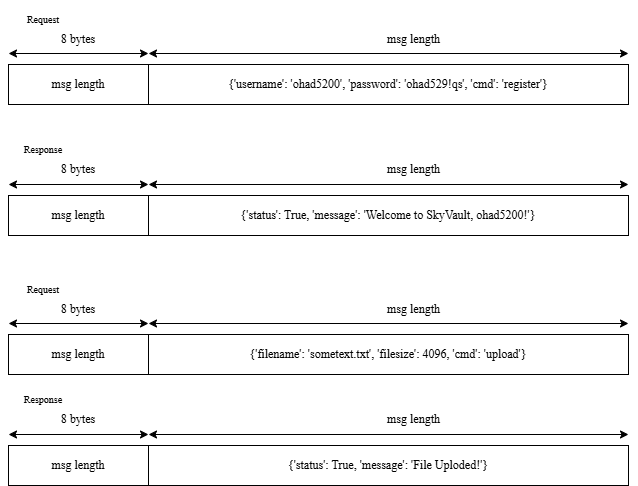
ohadbekhor0705/Project keeps this draw.io diagram as Drawing/protocol.png. Above is the earlier version. Source tidied: cells renumbered, new cells last; positions are measured from the earlier drawing's top-left corner, leaving out a move shared by most shapes. The source it was exported from:
```xml
<mxGraphModel>
  <root>
    <mxCell id="0" />
    <mxCell id="1" parent="0" />
    <mxCell id="2" value="&lt;font&gt;{'username': 'ohad5200', 'password': 'ohad529!qs', 'cmd': 'register'}&lt;/font&gt;" style="rounded=0;whiteSpace=wrap;html=1;fontSize=12;fontFamily=Times New Roman;labelBorderColor=none;" parent="1" vertex="1">
      <mxGeometry x="140" y="60" width="480" height="40" as="geometry" />
    </mxCell>
    <mxCell id="3" value="&lt;font&gt;msg length&lt;/font&gt;" style="rounded=0;whiteSpace=wrap;html=1;fontSize=12;fontFamily=Times New Roman;" parent="1" vertex="1">
      <mxGeometry y="60" width="140" height="40" as="geometry" />
    </mxCell>
    <mxCell id="4" style="endArrow=classic;startArrow=classic;html=1;" parent="1" edge="1">
      <mxGeometry relative="1" as="geometry">
        <mxPoint y="49" as="sourcePoint" />
        <mxPoint x="140" y="49" as="targetPoint" />
      </mxGeometry>
    </mxCell>
    <mxCell id="5" style="endArrow=classic;startArrow=classic;html=1;" parent="1" edge="1">
      <mxGeometry relative="1" as="geometry">
        <mxPoint x="140" y="49" as="sourcePoint" />
        <mxPoint x="620" y="49" as="targetPoint" />
      </mxGeometry>
    </mxCell>
    <mxCell id="6" value="&lt;font face=&quot;Times New Roman&quot;&gt;8 bytes&lt;/font&gt;" style="text;html=1;align=center;verticalAlign=middle;whiteSpace=wrap;rounded=0;fontSize=12;" parent="1" vertex="1">
      <mxGeometry x="40" y="20" width="60" height="30" as="geometry" />
    </mxCell>
    <mxCell id="7" value="&lt;font face=&quot;Times New Roman&quot;&gt;msg length&lt;/font&gt;" style="text;html=1;align=center;verticalAlign=middle;whiteSpace=wrap;rounded=0;fontSize=12;" parent="1" vertex="1">
      <mxGeometry x="363" y="20" width="85" height="30" as="geometry" />
    </mxCell>
    <mxCell id="8" value="&lt;font&gt;{'status': True, 'message': 'Welcome to SkyVault, ohad5200!'}&lt;/font&gt;" style="rounded=0;whiteSpace=wrap;html=1;fontSize=12;fontFamily=Times New Roman;labelBorderColor=none;" parent="1" vertex="1">
      <mxGeometry x="140" y="191" width="480" height="40" as="geometry" />
    </mxCell>
    <mxCell id="9" value="&lt;font&gt;msg length&lt;/font&gt;" style="rounded=0;whiteSpace=wrap;html=1;fontSize=12;fontFamily=Times New Roman;" parent="1" vertex="1">
      <mxGeometry y="191" width="140" height="40" as="geometry" />
    </mxCell>
    <mxCell id="10" style="endArrow=classic;startArrow=classic;html=1;" parent="1" edge="1">
      <mxGeometry relative="1" as="geometry">
        <mxPoint y="180" as="sourcePoint" />
        <mxPoint x="140" y="180" as="targetPoint" />
      </mxGeometry>
    </mxCell>
    <mxCell id="11" style="endArrow=classic;startArrow=classic;html=1;" parent="1" edge="1">
      <mxGeometry relative="1" as="geometry">
        <mxPoint x="140" y="180" as="sourcePoint" />
        <mxPoint x="620" y="180" as="targetPoint" />
      </mxGeometry>
    </mxCell>
    <mxCell id="12" value="&lt;font face=&quot;Times New Roman&quot;&gt;8 bytes&lt;/font&gt;" style="text;html=1;align=center;verticalAlign=middle;whiteSpace=wrap;rounded=0;fontSize=12;" parent="1" vertex="1">
      <mxGeometry x="40" y="150" width="60" height="30" as="geometry" />
    </mxCell>
    <mxCell id="13" value="&lt;font face=&quot;Times New Roman&quot;&gt;msg length&lt;/font&gt;" style="text;html=1;align=center;verticalAlign=middle;whiteSpace=wrap;rounded=0;fontSize=12;" parent="1" vertex="1">
      <mxGeometry x="363" y="150" width="85" height="30" as="geometry" />
    </mxCell>
    <mxCell id="14" value="&lt;p&gt;&lt;font size=&quot;1&quot;&gt;Request&lt;/font&gt;&lt;/p&gt;" style="text;html=1;align=center;verticalAlign=middle;whiteSpace=wrap;rounded=0;fontFamily=Times New Roman;" parent="1" vertex="1">
      <mxGeometry width="70" height="30" as="geometry" />
    </mxCell>
    <mxCell id="15" value="&lt;p&gt;&lt;font size=&quot;1&quot;&gt;Response&lt;/font&gt;&lt;/p&gt;" style="text;html=1;align=center;verticalAlign=middle;whiteSpace=wrap;rounded=0;fontFamily=Times New Roman;" parent="1" vertex="1">
      <mxGeometry y="130" width="70" height="30" as="geometry" />
    </mxCell>
    <mxCell id="16" value="&lt;font&gt;{'filename': 'sometext.txt', 'filesize': 4096, 'cmd': 'upload'}&lt;/font&gt;" style="rounded=0;whiteSpace=wrap;html=1;fontSize=12;fontFamily=Times New Roman;labelBorderColor=none;" parent="1" vertex="1">
      <mxGeometry x="140" y="330" width="480" height="40" as="geometry" />
    </mxCell>
    <mxCell id="17" value="&lt;font&gt;msg length&lt;/font&gt;" style="rounded=0;whiteSpace=wrap;html=1;fontSize=12;fontFamily=Times New Roman;" parent="1" vertex="1">
      <mxGeometry y="330" width="140" height="40" as="geometry" />
    </mxCell>
    <mxCell id="18" style="endArrow=classic;startArrow=classic;html=1;" parent="1" edge="1">
      <mxGeometry relative="1" as="geometry">
        <mxPoint y="319" as="sourcePoint" />
        <mxPoint x="140" y="319" as="targetPoint" />
      </mxGeometry>
    </mxCell>
    <mxCell id="19" style="endArrow=classic;startArrow=classic;html=1;" parent="1" edge="1">
      <mxGeometry relative="1" as="geometry">
        <mxPoint x="140" y="319" as="sourcePoint" />
        <mxPoint x="620" y="319" as="targetPoint" />
      </mxGeometry>
    </mxCell>
    <mxCell id="20" value="&lt;font face=&quot;Times New Roman&quot;&gt;8 bytes&lt;/font&gt;" style="text;html=1;align=center;verticalAlign=middle;whiteSpace=wrap;rounded=0;fontSize=12;" parent="1" vertex="1">
      <mxGeometry x="40" y="290" width="60" height="30" as="geometry" />
    </mxCell>
    <mxCell id="21" value="&lt;font face=&quot;Times New Roman&quot;&gt;msg length&lt;/font&gt;" style="text;html=1;align=center;verticalAlign=middle;whiteSpace=wrap;rounded=0;fontSize=12;" parent="1" vertex="1">
      <mxGeometry x="363" y="290" width="85" height="30" as="geometry" />
    </mxCell>
    <mxCell id="22" value="&lt;font&gt;{'status': True, 'message': 'File Uploded!'}&lt;/font&gt;" style="rounded=0;whiteSpace=wrap;html=1;fontSize=12;fontFamily=Times New Roman;labelBorderColor=none;" parent="1" vertex="1">
      <mxGeometry x="140" y="441" width="480" height="40" as="geometry" />
    </mxCell>
    <mxCell id="23" value="&lt;font&gt;msg length&lt;/font&gt;" style="rounded=0;whiteSpace=wrap;html=1;fontSize=12;fontFamily=Times New Roman;" parent="1" vertex="1">
      <mxGeometry y="441" width="140" height="40" as="geometry" />
    </mxCell>
    <mxCell id="24" style="endArrow=classic;startArrow=classic;html=1;" parent="1" edge="1">
      <mxGeometry relative="1" as="geometry">
        <mxPoint y="430" as="sourcePoint" />
        <mxPoint x="140" y="430" as="targetPoint" />
      </mxGeometry>
    </mxCell>
    <mxCell id="25" style="endArrow=classic;startArrow=classic;html=1;" parent="1" edge="1">
      <mxGeometry relative="1" as="geometry">
        <mxPoint x="140" y="430" as="sourcePoint" />
        <mxPoint x="620" y="430" as="targetPoint" />
      </mxGeometry>
    </mxCell>
    <mxCell id="26" value="&lt;font face=&quot;Times New Roman&quot;&gt;8 bytes&lt;/font&gt;" style="text;html=1;align=center;verticalAlign=middle;whiteSpace=wrap;rounded=0;fontSize=12;" parent="1" vertex="1">
      <mxGeometry x="40" y="400" width="60" height="30" as="geometry" />
    </mxCell>
    <mxCell id="27" value="&lt;font face=&quot;Times New Roman&quot;&gt;msg length&lt;/font&gt;" style="text;html=1;align=center;verticalAlign=middle;whiteSpace=wrap;rounded=0;fontSize=12;" parent="1" vertex="1">
      <mxGeometry x="363" y="400" width="85" height="30" as="geometry" />
    </mxCell>
    <mxCell id="28" value="&lt;p&gt;&lt;font size=&quot;1&quot;&gt;Request&lt;/font&gt;&lt;/p&gt;" style="text;html=1;align=center;verticalAlign=middle;whiteSpace=wrap;rounded=0;fontFamily=Times New Roman;" parent="1" vertex="1">
      <mxGeometry y="270" width="70" height="30" as="geometry" />
    </mxCell>
    <mxCell id="29" value="&lt;p&gt;&lt;font size=&quot;1&quot;&gt;Response&lt;/font&gt;&lt;/p&gt;" style="text;html=1;align=center;verticalAlign=middle;whiteSpace=wrap;rounded=0;fontFamily=Times New Roman;" parent="1" vertex="1">
      <mxGeometry y="380" width="70" height="30" as="geometry" />
    </mxCell>
  </root>
</mxGraphModel>
```
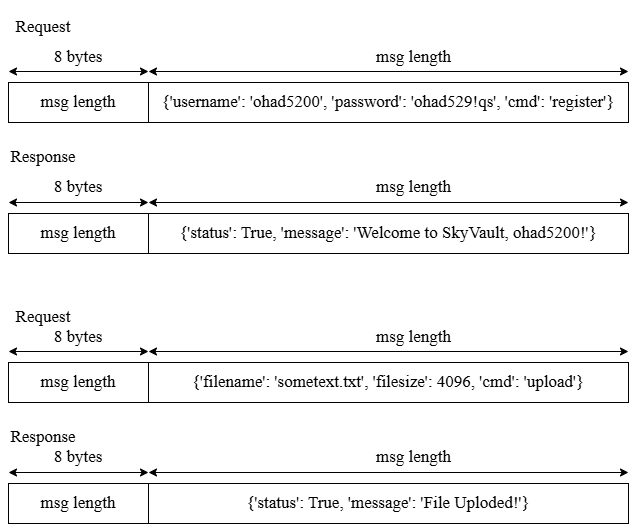
The same diagram one commit later.

The edit, as a diff of the source:
```diff
@@ -2,113 +2,113 @@
   <root>
     <mxCell id="0" />
     <mxCell id="1" parent="0" />
-    <mxCell id="2" value="&lt;font&gt;{'username': 'ohad5200', 'password': 'ohad529!qs', 'cmd': 'register'}&lt;/font&gt;" style="rounded=0;whiteSpace=wrap;html=1;fontSize=12;fontFamily=Times New Roman;labelBorderColor=none;" parent="1" vertex="1">
-      <mxGeometry x="140" y="60" width="480" height="40" as="geometry" />
+    <mxCell id="2" value="&lt;font&gt;{'username': 'ohad5200', 'password': 'ohad529!qs', 'cmd': 'register'}&lt;/font&gt;" style="rounded=0;whiteSpace=wrap;html=1;fontSize=17;fontFamily=Times New Roman;labelBorderColor=none;" parent="1" vertex="1">
+      <mxGeometry x="140" width="480" height="40" as="geometry" />
     </mxCell>
-    <mxCell id="3" value="&lt;font&gt;msg length&lt;/font&gt;" style="rounded=0;whiteSpace=wrap;html=1;fontSize=12;fontFamily=Times New Roman;" parent="1" vertex="1">
-      <mxGeometry y="60" width="140" height="40" as="geometry" />
+    <mxCell id="3" value="&lt;font&gt;msg length&lt;/font&gt;" style="rounded=0;whiteSpace=wrap;html=1;fontSize=17;fontFamily=Times New Roman;" parent="1" vertex="1">
+      <mxGeometry width="140" height="40" as="geometry" />
     </mxCell>
-    <mxCell id="4" style="endArrow=classic;startArrow=classic;html=1;" parent="1" edge="1">
+    <mxCell id="4" style="endArrow=classic;startArrow=classic;html=1;fontSize=17;" parent="1" edge="1">
       <mxGeometry relative="1" as="geometry">
-        <mxPoint y="49" as="sourcePoint" />
-        <mxPoint x="140" y="49" as="targetPoint" />
+        <mxPoint y="-11" as="sourcePoint" />
+        <mxPoint x="140" y="-11" as="targetPoint" />
       </mxGeometry>
     </mxCell>
-    <mxCell id="5" style="endArrow=classic;startArrow=classic;html=1;" parent="1" edge="1">
+    <mxCell id="5" style="endArrow=classic;startArrow=classic;html=1;fontSize=17;" parent="1" edge="1">
       <mxGeometry relative="1" as="geometry">
-        <mxPoint x="140" y="49" as="sourcePoint" />
-        <mxPoint x="620" y="49" as="targetPoint" />
+        <mxPoint x="140" y="-11" as="sourcePoint" />
+        <mxPoint x="620" y="-11" as="targetPoint" />
       </mxGeometry>
     </mxCell>
-    <mxCell id="6" value="&lt;font face=&quot;Times New Roman&quot;&gt;8 bytes&lt;/font&gt;" style="text;html=1;align=center;verticalAlign=middle;whiteSpace=wrap;rounded=0;fontSize=12;" parent="1" vertex="1">
-      <mxGeometry x="40" y="20" width="60" height="30" as="geometry" />
+    <mxCell id="6" value="&lt;font face=&quot;Times New Roman&quot;&gt;8 bytes&lt;/font&gt;" style="text;html=1;align=center;verticalAlign=middle;whiteSpace=wrap;rounded=0;fontSize=17;" parent="1" vertex="1">
+      <mxGeometry x="40" y="-40" width="60" height="30" as="geometry" />
     </mxCell>
-    <mxCell id="7" value="&lt;font face=&quot;Times New Roman&quot;&gt;msg length&lt;/font&gt;" style="text;html=1;align=center;verticalAlign=middle;whiteSpace=wrap;rounded=0;fontSize=12;" parent="1" vertex="1">
-      <mxGeometry x="363" y="20" width="85" height="30" as="geometry" />
+    <mxCell id="7" value="&lt;font face=&quot;Times New Roman&quot;&gt;msg length&lt;/font&gt;" style="text;html=1;align=center;verticalAlign=middle;whiteSpace=wrap;rounded=0;fontSize=17;" parent="1" vertex="1">
+      <mxGeometry x="363" y="-40" width="85" height="30" as="geometry" />
     </mxCell>
-    <mxCell id="8" value="&lt;font&gt;{'status': True, 'message': 'Welcome to SkyVault, ohad5200!'}&lt;/font&gt;" style="rounded=0;whiteSpace=wrap;html=1;fontSize=12;fontFamily=Times New Roman;labelBorderColor=none;" parent="1" vertex="1">
-      <mxGeometry x="140" y="191" width="480" height="40" as="geometry" />
+    <mxCell id="8" value="&lt;font&gt;{'status': True, 'message': 'Welcome to SkyVault, ohad5200!'}&lt;/font&gt;" style="rounded=0;whiteSpace=wrap;html=1;fontSize=17;fontFamily=Times New Roman;labelBorderColor=none;" parent="1" vertex="1">
+      <mxGeometry x="140" y="131" width="480" height="40" as="geometry" />
     </mxCell>
-    <mxCell id="9" value="&lt;font&gt;msg length&lt;/font&gt;" style="rounded=0;whiteSpace=wrap;html=1;fontSize=12;fontFamily=Times New Roman;" parent="1" vertex="1">
-      <mxGeometry y="191" width="140" height="40" as="geometry" />
+    <mxCell id="9" value="&lt;font&gt;msg length&lt;/font&gt;" style="rounded=0;whiteSpace=wrap;html=1;fontSize=17;fontFamily=Times New Roman;" parent="1" vertex="1">
+      <mxGeometry y="131" width="140" height="40" as="geometry" />
     </mxCell>
-    <mxCell id="10" style="endArrow=classic;startArrow=classic;html=1;" parent="1" edge="1">
+    <mxCell id="10" style="endArrow=classic;startArrow=classic;html=1;fontSize=17;" parent="1" edge="1">
       <mxGeometry relative="1" as="geometry">
-        <mxPoint y="180" as="sourcePoint" />
-        <mxPoint x="140" y="180" as="targetPoint" />
+        <mxPoint y="120" as="sourcePoint" />
+        <mxPoint x="140" y="120" as="targetPoint" />
       </mxGeometry>
     </mxCell>
-    <mxCell id="11" style="endArrow=classic;startArrow=classic;html=1;" parent="1" edge="1">
+    <mxCell id="11" style="endArrow=classic;startArrow=classic;html=1;fontSize=17;" parent="1" edge="1">
       <mxGeometry relative="1" as="geometry">
-        <mxPoint x="140" y="180" as="sourcePoint" />
-        <mxPoint x="620" y="180" as="targetPoint" />
+        <mxPoint x="140" y="120" as="sourcePoint" />
+        <mxPoint x="620" y="120" as="targetPoint" />
       </mxGeometry>
     </mxCell>
-    <mxCell id="12" value="&lt;font face=&quot;Times New Roman&quot;&gt;8 bytes&lt;/font&gt;" style="text;html=1;align=center;verticalAlign=middle;whiteSpace=wrap;rounded=0;fontSize=12;" parent="1" vertex="1">
-      <mxGeometry x="40" y="150" width="60" height="30" as="geometry" />
+    <mxCell id="12" value="&lt;font face=&quot;Times New Roman&quot;&gt;8 bytes&lt;/font&gt;" style="text;html=1;align=center;verticalAlign=middle;whiteSpace=wrap;rounded=0;fontSize=17;" parent="1" vertex="1">
+      <mxGeometry x="40" y="90" width="60" height="30" as="geometry" />
     </mxCell>
-    <mxCell id="13" value="&lt;font face=&quot;Times New Roman&quot;&gt;msg length&lt;/font&gt;" style="text;html=1;align=center;verticalAlign=middle;whiteSpace=wrap;rounded=0;fontSize=12;" parent="1" vertex="1">
-      <mxGeometry x="363" y="150" width="85" height="30" as="geometry" />
+    <mxCell id="13" value="&lt;font face=&quot;Times New Roman&quot;&gt;msg length&lt;/font&gt;" style="text;html=1;align=center;verticalAlign=middle;whiteSpace=wrap;rounded=0;fontSize=17;" parent="1" vertex="1">
+      <mxGeometry x="363" y="90" width="85" height="30" as="geometry" />
     </mxCell>
-    <mxCell id="14" value="&lt;p&gt;&lt;font size=&quot;1&quot;&gt;Request&lt;/font&gt;&lt;/p&gt;" style="text;html=1;align=center;verticalAlign=middle;whiteSpace=wrap;rounded=0;fontFamily=Times New Roman;" parent="1" vertex="1">
-      <mxGeometry width="70" height="30" as="geometry" />
+    <mxCell id="14" value="&lt;p&gt;&lt;font&gt;Request&lt;/font&gt;&lt;/p&gt;" style="text;html=1;align=center;verticalAlign=middle;whiteSpace=wrap;rounded=0;fontFamily=Times New Roman;fontSize=17;" parent="1" vertex="1">
+      <mxGeometry y="-70" width="70" height="30" as="geometry" />
     </mxCell>
-    <mxCell id="15" value="&lt;p&gt;&lt;font size=&quot;1&quot;&gt;Response&lt;/font&gt;&lt;/p&gt;" style="text;html=1;align=center;verticalAlign=middle;whiteSpace=wrap;rounded=0;fontFamily=Times New Roman;" parent="1" vertex="1">
-      <mxGeometry y="130" width="70" height="30" as="geometry" />
+    <mxCell id="15" value="&lt;p&gt;&lt;font&gt;Response&lt;/font&gt;&lt;/p&gt;" style="text;html=1;align=center;verticalAlign=middle;whiteSpace=wrap;rounded=0;fontFamily=Times New Roman;fontSize=17;" parent="1" vertex="1">
+      <mxGeometry y="60" width="70" height="30" as="geometry" />
     </mxCell>
-    <mxCell id="16" value="&lt;font&gt;{'filename': 'sometext.txt', 'filesize': 4096, 'cmd': 'upload'}&lt;/font&gt;" style="rounded=0;whiteSpace=wrap;html=1;fontSize=12;fontFamily=Times New Roman;labelBorderColor=none;" parent="1" vertex="1">
-      <mxGeometry x="140" y="330" width="480" height="40" as="geometry" />
+    <mxCell id="16" value="&lt;font&gt;{'filename': 'sometext.txt', 'filesize': 4096, 'cmd': 'upload'}&lt;/font&gt;" style="rounded=0;whiteSpace=wrap;html=1;fontSize=17;fontFamily=Times New Roman;labelBorderColor=none;" parent="1" vertex="1">
+      <mxGeometry x="140" y="280" width="480" height="40" as="geometry" />
     </mxCell>
-    <mxCell id="17" value="&lt;font&gt;msg length&lt;/font&gt;" style="rounded=0;whiteSpace=wrap;html=1;fontSize=12;fontFamily=Times New Roman;" parent="1" vertex="1">
-      <mxGeometry y="330" width="140" height="40" as="geometry" />
+    <mxCell id="17" value="&lt;font&gt;msg length&lt;/font&gt;" style="rounded=0;whiteSpace=wrap;html=1;fontSize=17;fontFamily=Times New Roman;" parent="1" vertex="1">
+      <mxGeometry y="280" width="140" height="40" as="geometry" />
     </mxCell>
-    <mxCell id="18" style="endArrow=classic;startArrow=classic;html=1;" parent="1" edge="1">
+    <mxCell id="18" style="endArrow=classic;startArrow=classic;html=1;fontSize=17;" parent="1" edge="1">
       <mxGeometry relative="1" as="geometry">
-        <mxPoint y="319" as="sourcePoint" />
-        <mxPoint x="140" y="319" as="targetPoint" />
+        <mxPoint y="269" as="sourcePoint" />
+        <mxPoint x="140" y="269" as="targetPoint" />
       </mxGeometry>
     </mxCell>
-    <mxCell id="19" style="endArrow=classic;startArrow=classic;html=1;" parent="1" edge="1">
+    <mxCell id="19" style="endArrow=classic;startArrow=classic;html=1;fontSize=17;" parent="1" edge="1">
       <mxGeometry relative="1" as="geometry">
-        <mxPoint x="140" y="319" as="sourcePoint" />
-        <mxPoint x="620" y="319" as="targetPoint" />
+        <mxPoint x="140" y="269" as="sourcePoint" />
+        <mxPoint x="620" y="269" as="targetPoint" />
       </mxGeometry>
     </mxCell>
-    <mxCell id="20" value="&lt;font face=&quot;Times New Roman&quot;&gt;8 bytes&lt;/font&gt;" style="text;html=1;align=center;verticalAlign=middle;whiteSpace=wrap;rounded=0;fontSize=12;" parent="1" vertex="1">
-      <mxGeometry x="40" y="290" width="60" height="30" as="geometry" />
+    <mxCell id="20" value="&lt;font face=&quot;Times New Roman&quot;&gt;8 bytes&lt;/font&gt;" style="text;html=1;align=center;verticalAlign=middle;whiteSpace=wrap;rounded=0;fontSize=17;" parent="1" vertex="1">
+      <mxGeometry x="40" y="240" width="60" height="30" as="geometry" />
     </mxCell>
-    <mxCell id="21" value="&lt;font face=&quot;Times New Roman&quot;&gt;msg length&lt;/font&gt;" style="text;html=1;align=center;verticalAlign=middle;whiteSpace=wrap;rounded=0;fontSize=12;" parent="1" vertex="1">
-      <mxGeometry x="363" y="290" width="85" height="30" as="geometry" />
+    <mxCell id="21" value="&lt;font face=&quot;Times New Roman&quot;&gt;msg length&lt;/font&gt;" style="text;html=1;align=center;verticalAlign=middle;whiteSpace=wrap;rounded=0;fontSize=17;" parent="1" vertex="1">
+      <mxGeometry x="363" y="240" width="85" height="30" as="geometry" />
     </mxCell>
-    <mxCell id="22" value="&lt;font&gt;{'status': True, 'message': 'File Uploded!'}&lt;/font&gt;" style="rounded=0;whiteSpace=wrap;html=1;fontSize=12;fontFamily=Times New Roman;labelBorderColor=none;" parent="1" vertex="1">
-      <mxGeometry x="140" y="441" width="480" height="40" as="geometry" />
+    <mxCell id="22" value="&lt;font&gt;{'status': True, 'message': 'File Uploded!'}&lt;/font&gt;" style="rounded=0;whiteSpace=wrap;html=1;fontSize=17;fontFamily=Times New Roman;labelBorderColor=none;" parent="1" vertex="1">
+      <mxGeometry x="140" y="401" width="480" height="40" as="geometry" />
     </mxCell>
-    <mxCell id="23" value="&lt;font&gt;msg length&lt;/font&gt;" style="rounded=0;whiteSpace=wrap;html=1;fontSize=12;fontFamily=Times New Roman;" parent="1" vertex="1">
-      <mxGeometry y="441" width="140" height="40" as="geometry" />
+    <mxCell id="23" value="&lt;font&gt;msg length&lt;/font&gt;" style="rounded=0;whiteSpace=wrap;html=1;fontSize=17;fontFamily=Times New Roman;" parent="1" vertex="1">
+      <mxGeometry y="401" width="140" height="40" as="geometry" />
     </mxCell>
-    <mxCell id="24" style="endArrow=classic;startArrow=classic;html=1;" parent="1" edge="1">
+    <mxCell id="24" style="endArrow=classic;startArrow=classic;html=1;fontSize=17;" parent="1" edge="1">
       <mxGeometry relative="1" as="geometry">
-        <mxPoint y="430" as="sourcePoint" />
-        <mxPoint x="140" y="430" as="targetPoint" />
+        <mxPoint y="390" as="sourcePoint" />
+        <mxPoint x="140" y="390" as="targetPoint" />
       </mxGeometry>
     </mxCell>
-    <mxCell id="25" style="endArrow=classic;startArrow=classic;html=1;" parent="1" edge="1">
+    <mxCell id="25" style="endArrow=classic;startArrow=classic;html=1;fontSize=17;" parent="1" edge="1">
       <mxGeometry relative="1" as="geometry">
-        <mxPoint x="140" y="430" as="sourcePoint" />
-        <mxPoint x="620" y="430" as="targetPoint" />
+        <mxPoint x="140" y="390" as="sourcePoint" />
+        <mxPoint x="620" y="390" as="targetPoint" />
       </mxGeometry>
     </mxCell>
-    <mxCell id="26" value="&lt;font face=&quot;Times New Roman&quot;&gt;8 bytes&lt;/font&gt;" style="text;html=1;align=center;verticalAlign=middle;whiteSpace=wrap;rounded=0;fontSize=12;" parent="1" vertex="1">
-      <mxGeometry x="40" y="400" width="60" height="30" as="geometry" />
+    <mxCell id="26" value="&lt;font face=&quot;Times New Roman&quot;&gt;8 bytes&lt;/font&gt;" style="text;html=1;align=center;verticalAlign=middle;whiteSpace=wrap;rounded=0;fontSize=17;" parent="1" vertex="1">
+      <mxGeometry x="40" y="360" width="60" height="30" as="geometry" />
     </mxCell>
-    <mxCell id="27" value="&lt;font face=&quot;Times New Roman&quot;&gt;msg length&lt;/font&gt;" style="text;html=1;align=center;verticalAlign=middle;whiteSpace=wrap;rounded=0;fontSize=12;" parent="1" vertex="1">
-      <mxGeometry x="363" y="400" width="85" height="30" as="geometry" />
+    <mxCell id="27" value="&lt;font face=&quot;Times New Roman&quot;&gt;msg length&lt;/font&gt;" style="text;html=1;align=center;verticalAlign=middle;whiteSpace=wrap;rounded=0;fontSize=17;" parent="1" vertex="1">
+      <mxGeometry x="363" y="360" width="85" height="30" as="geometry" />
     </mxCell>
-    <mxCell id="28" value="&lt;p&gt;&lt;font size=&quot;1&quot;&gt;Request&lt;/font&gt;&lt;/p&gt;" style="text;html=1;align=center;verticalAlign=middle;whiteSpace=wrap;rounded=0;fontFamily=Times New Roman;" parent="1" vertex="1">
-      <mxGeometry y="270" width="70" height="30" as="geometry" />
+    <mxCell id="28" value="&lt;p&gt;&lt;font&gt;Request&lt;/font&gt;&lt;/p&gt;" style="text;html=1;align=center;verticalAlign=middle;whiteSpace=wrap;rounded=0;fontFamily=Times New Roman;fontSize=17;" parent="1" vertex="1">
+      <mxGeometry y="220" width="70" height="30" as="geometry" />
     </mxCell>
-    <mxCell id="29" value="&lt;p&gt;&lt;font size=&quot;1&quot;&gt;Response&lt;/font&gt;&lt;/p&gt;" style="text;html=1;align=center;verticalAlign=middle;whiteSpace=wrap;rounded=0;fontFamily=Times New Roman;" parent="1" vertex="1">
-      <mxGeometry y="380" width="70" height="30" as="geometry" />
+    <mxCell id="29" value="&lt;p&gt;&lt;font&gt;Response&lt;/font&gt;&lt;/p&gt;" style="text;html=1;align=center;verticalAlign=middle;whiteSpace=wrap;rounded=0;fontFamily=Times New Roman;fontSize=17;" parent="1" vertex="1">
+      <mxGeometry y="340" width="70" height="30" as="geometry" />
     </mxCell>
   </root>
 </mxGraphModel>
```
